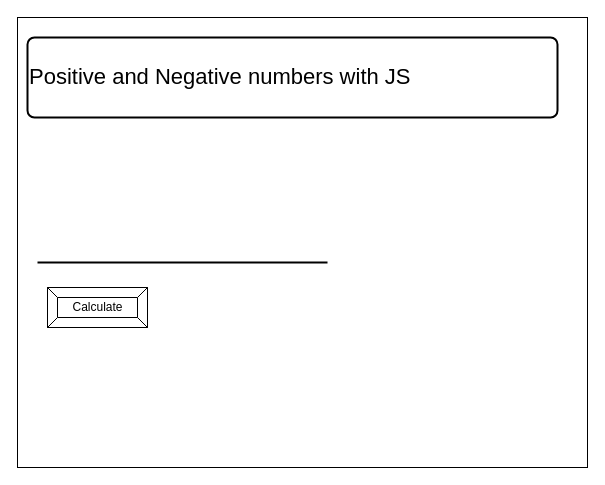
This is design/story-board.drawio from Emmanuel-Fofeyin/ICS2O-Unit5-02-HTML, a draw.io file, before an edit. Source tidied: cells renumbered, new cells numbered last; positions are measured from the earlier drawing's top-left corner, leaving out a move shared by most shapes. Both pictures are drawn from the tidied source at 100%, with x=0, y=0 at pixel (17, 17).
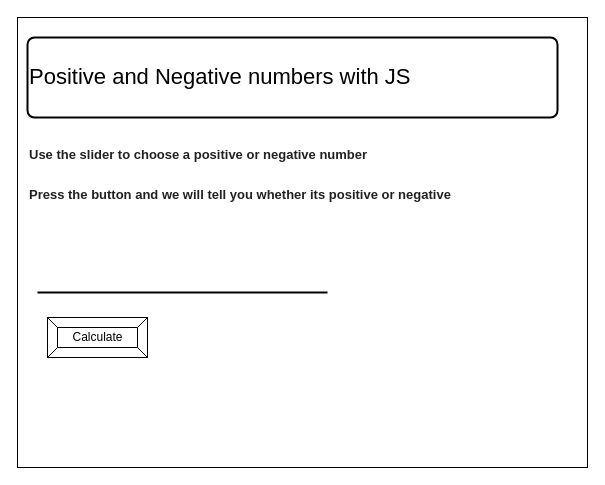
After the change.

Diff of the diagram source:
```diff
@@
 <mxGraphModel>
   <root>
     <mxCell id="0" />
     <mxCell id="1" parent="0" />
     <mxCell id="2" style="rounded=0;whiteSpace=wrap;html=1;" parent="1" vertex="1">
       <mxGeometry width="570" height="450" as="geometry" />
     </mxCell>
     <mxCell id="3" value="Calculate" style="labelPosition=center;verticalLabelPosition=middle;align=center;html=1;shape=mxgraph.basic.button;dx=10;" parent="1" vertex="1">
-      <mxGeometry x="30" y="270" width="100" height="40" as="geometry" />
+      <mxGeometry x="30" y="300" width="100" height="40" as="geometry" />
     </mxCell>
     <mxCell id="4" value="&lt;span&gt;&lt;font style=&quot;font-size: 22px&quot;&gt;Positive and Negative numbers with JS&lt;/font&gt;&lt;/span&gt;" style="rounded=1;whiteSpace=wrap;html=1;absoluteArcSize=1;arcSize=14;strokeWidth=2;align=left;" parent="1" vertex="1">
       <mxGeometry x="10" y="20" width="530" height="80" as="geometry" />
     </mxCell>
     <mxCell id="5" style="line;strokeWidth=2;html=1;fontSize=22;" parent="1" vertex="1">
-      <mxGeometry x="20" y="240" width="290" height="10" as="geometry" />
+      <mxGeometry x="20" y="270" width="290" height="10" as="geometry" />
     </mxCell>
+    <mxCell id="6" value="&lt;p style=&quot;padding: 0px ; line-height: 24px ; margin: 0px 0px 16px ; color: rgba(0 , 0 , 0 , 0.87) ; font-family: &amp;#34;helvetica&amp;#34; , &amp;#34;arial&amp;#34; , sans-serif ; font-size: 13px&quot;&gt;&lt;b&gt;&lt;font style=&quot;font-size: 13px&quot;&gt;Use the slider to choose a positive or negative number&lt;/font&gt;&lt;/b&gt;&lt;/p&gt;&lt;p style=&quot;padding: 0px ; line-height: 24px ; margin: 0px 0px 16px ; color: rgba(0 , 0 , 0 , 0.87) ; font-family: &amp;#34;helvetica&amp;#34; , &amp;#34;arial&amp;#34; , sans-serif ; font-size: 13px&quot;&gt;&lt;b&gt;&lt;font style=&quot;font-size: 13px&quot;&gt;Press the button and we will tell you whether its positive or negative&lt;/font&gt;&lt;/b&gt;&lt;/p&gt;" style="text;html=1;align=left;verticalAlign=middle;strokeColor=none;fillColor=none;" parent="1" vertex="1">
+      <mxGeometry x="10" y="120" width="440" height="90" as="geometry" />
+    </mxCell>
   </root>
 </mxGraphModel>
```
